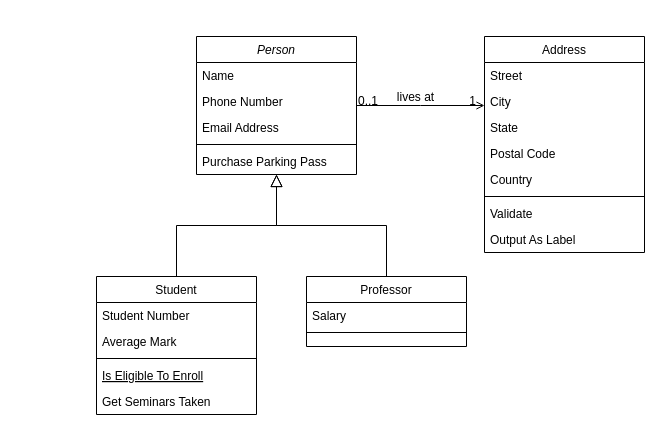
This is Classtest.drawio from Ingelisun/ERmodels, a draw.io file, before an edit. Source tidied: cells renumbered, new cells numbered last; positions are measured from the earlier drawing's top-left corner, leaving out a move shared by most shapes. Both pictures are drawn from the tidied source at 100%, with x=0, y=0 at pixel (96, 36).
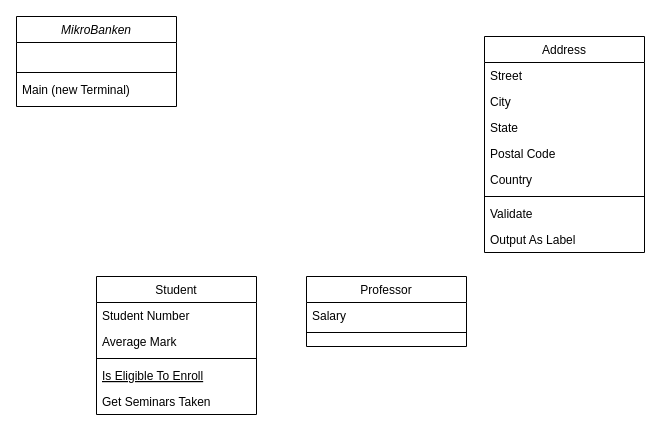
Above is the later version.

Unchanged cells that the change refers to:
```xml
<mxCell id="8" value="Student" style="swimlane;fontStyle=0;align=center;verticalAlign=top;horizontal=1;startSize=26;rounded=0;shadow=0;strokeWidth=1;" parent="1" vertex="1">
  <mxGeometry y="240" width="160" height="138" as="geometry" />
</mxCell>
<mxCell id="15" value="Professor" style="swimlane;fontStyle=0;align=center;verticalAlign=top;horizontal=1;startSize=26;rounded=0;shadow=0;strokeWidth=1;" parent="1" vertex="1">
  <mxGeometry x="210" y="240" width="160" height="70" as="geometry" />
</mxCell>
<mxCell id="19" value="Address" style="swimlane;fontStyle=0;align=center;verticalAlign=top;horizontal=1;startSize=26;rounded=0;shadow=0;strokeWidth=1;" parent="1" vertex="1">
  <mxGeometry x="388" width="160" height="216" as="geometry" />
</mxCell>
```

Diff of the diagram source:
```diff
@@
-    <mxCell id="2" value="Person" style="swimlane;fontStyle=2;align=center;verticalAlign=top;horizontal=1;startSize=26;rounded=0;shadow=0;strokeWidth=1;" parent="1" vertex="1">
-      <mxGeometry x="100" width="160" height="138" as="geometry" />
+    <mxCell id="2" value="MikroBanken" style="swimlane;fontStyle=2;align=center;verticalAlign=top;horizontal=1;startSize=26;rounded=0;shadow=0;strokeWidth=1;" parent="1" vertex="1">
+      <mxGeometry x="-80" y="-20" width="160" height="90" as="geometry" />
     </mxCell>
-    <mxCell id="3" value="Name" style="text;align=left;verticalAlign=top;spacingLeft=4;spacingRight=4;overflow=hidden;" parent="2" vertex="1">
-      <mxGeometry y="26" width="160" height="26" as="geometry" />
-    </mxCell>
-    <mxCell id="4" value="Phone Number" style="text;align=left;verticalAlign=top;spacingLeft=4;spacingRight=4;overflow=hidden;rounded=0;shadow=0;html=0;" parent="2" vertex="1">
-      <mxGeometry y="52" width="160" height="26" as="geometry" />
-    </mxCell>
-    <mxCell id="5" value="Email Address" style="text;align=left;verticalAlign=top;spacingLeft=4;spacingRight=4;overflow=hidden;rounded=0;shadow=0;html=0;" parent="2" vertex="1">
-      <mxGeometry y="78" width="160" height="26" as="geometry" />
+    <mxCell id="5" value=" " style="text;align=left;verticalAlign=top;spacingLeft=4;spacingRight=4;overflow=hidden;rounded=0;shadow=0;html=0;" parent="2" vertex="1">
+      <mxGeometry y="26" width="160" height="26" as="geometry" />
     </mxCell>
     <mxCell id="6" style="line;html=1;strokeWidth=1;align=left;verticalAlign=middle;spacingTop=-1;spacingLeft=3;spacingRight=3;labelPosition=right;" parent="2" vertex="1">
-      <mxGeometry y="104" width="160" height="8" as="geometry" />
+      <mxGeometry y="52" width="160" height="8" as="geometry" />
     </mxCell>
-    <mxCell id="7" value="Purchase Parking Pass" style="text;align=left;verticalAlign=top;spacingLeft=4;spacingRight=4;overflow=hidden;" parent="2" vertex="1">
-      <mxGeometry y="112" width="160" height="26" as="geometry" />
+    <mxCell id="7" value="Main (new Terminal)" style="text;align=left;verticalAlign=top;spacingLeft=4;spacingRight=4;overflow=hidden;" parent="2" vertex="1">
+      <mxGeometry y="60" width="160" height="26" as="geometry" />
     </mxCell>
@@
-    <mxCell id="14" style="endArrow=block;endSize=10;endFill=0;shadow=0;strokeWidth=1;rounded=0;edgeStyle=elbowEdgeStyle;elbow=vertical;" parent="1" edge="1" source="8" target="2">
-      <mxGeometry relative="1" as="geometry" />
-    </mxCell>
@@
-    <mxCell id="18" style="endArrow=block;endSize=10;endFill=0;shadow=0;strokeWidth=1;rounded=0;edgeStyle=elbowEdgeStyle;elbow=vertical;" parent="1" edge="1" source="15" target="2">
-      <mxGeometry relative="1" as="geometry" />
-    </mxCell>
@@
-    <mxCell id="28" style="endArrow=open;shadow=0;strokeWidth=1;rounded=0;endFill=1;edgeStyle=elbowEdgeStyle;elbow=vertical;" parent="1" edge="1" source="2" target="19">
-      <mxGeometry x="0.5" y="41" relative="1" as="geometry">
-        <mxPoint x="-40" y="32" as="offset" />
-      </mxGeometry>
-    </mxCell>
-    <mxCell id="29" value="0..1" style="align=left;verticalAlign=bottom;labelBackgroundColor=none;fontSize=12;" parent="28" vertex="1">
-      <mxGeometry x="-1" relative="1" as="geometry">
-        <mxPoint y="4" as="offset" />
-      </mxGeometry>
-    </mxCell>
-    <mxCell id="30" value="1" style="align=right;verticalAlign=bottom;labelBackgroundColor=none;fontSize=12;" parent="28" vertex="1">
-      <mxGeometry x="1" relative="1" as="geometry">
-        <mxPoint x="-7" y="4" as="offset" />
-      </mxGeometry>
-    </mxCell>
-    <mxCell id="31" value="lives at" style="text;html=1;align=center;verticalAlign=middle;labelBackgroundColor=none;rounded=0;shadow=0;strokeWidth=1;fontSize=12;" parent="28" vertex="1">
-      <mxGeometry x="0.5" y="49" relative="1" as="geometry">
-        <mxPoint x="-38" y="40" as="offset" />
-      </mxGeometry>
-    </mxCell>
```
